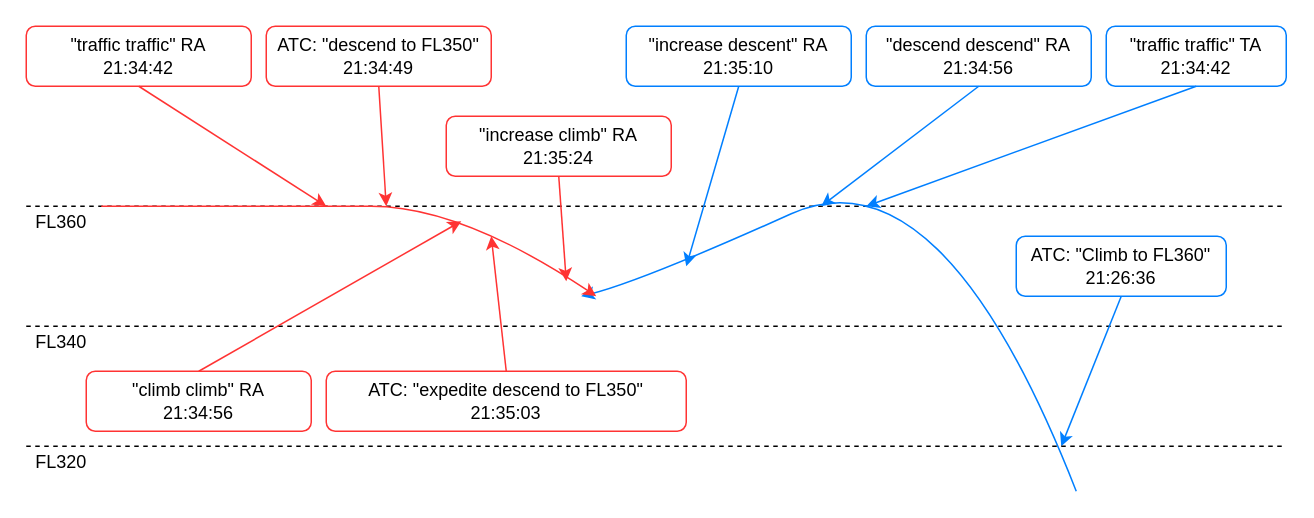
This is ueberlingen.drawio from alantanlc/m6932-fundamentals-of-atc, a draw.io file, before an edit. Source tidied: cells renumbered, new cells numbered last; positions are measured from the earlier drawing's top-left corner, leaving out a move shared by most shapes. Both pictures are drawn from the tidied source at 150%, with x=0, y=0 at pixel (26, 26).
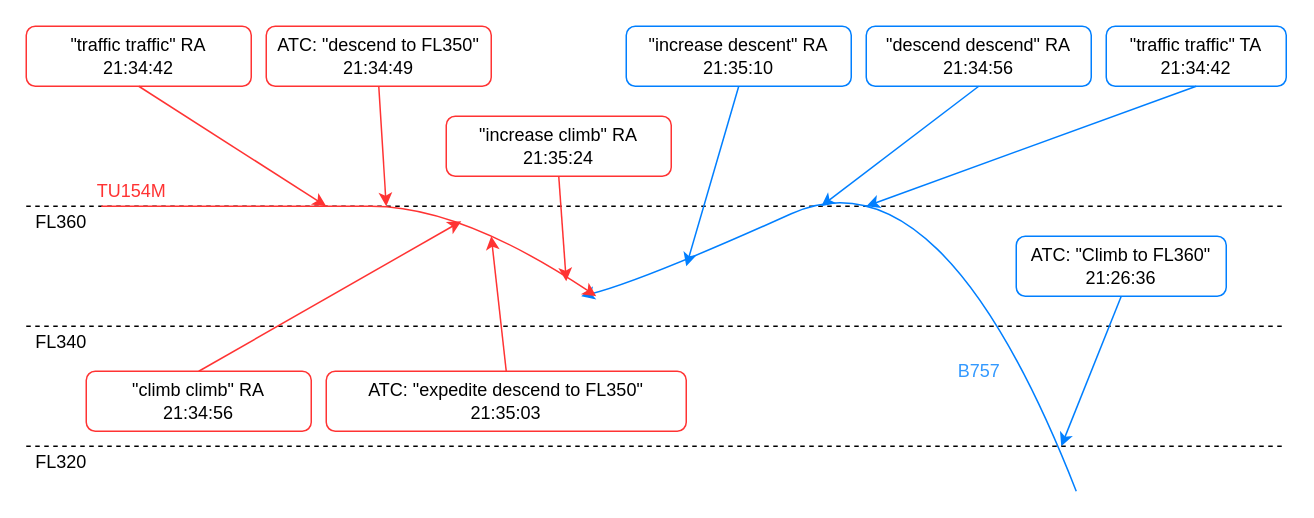
The same page after the edit.

The edit, as a diff of the source:
```diff
@@
+    <mxCell id="28" value="&lt;font color=&quot;#3399ff&quot;&gt;B757&lt;/font&gt;" style="text;html=1;align=center;verticalAlign=middle;" parent="1" vertex="1">
+      <mxGeometry x="615" y="220" width="40" height="20" as="geometry" />
+    </mxCell>
+    <mxCell id="29" value="&lt;font color=&quot;#ff3333&quot;&gt;TU154M&lt;/font&gt;" style="text;html=1;align=center;verticalAlign=middle;" parent="1" vertex="1">
+      <mxGeometry x="40" y="100" width="60" height="20" as="geometry" />
+    </mxCell>
```
